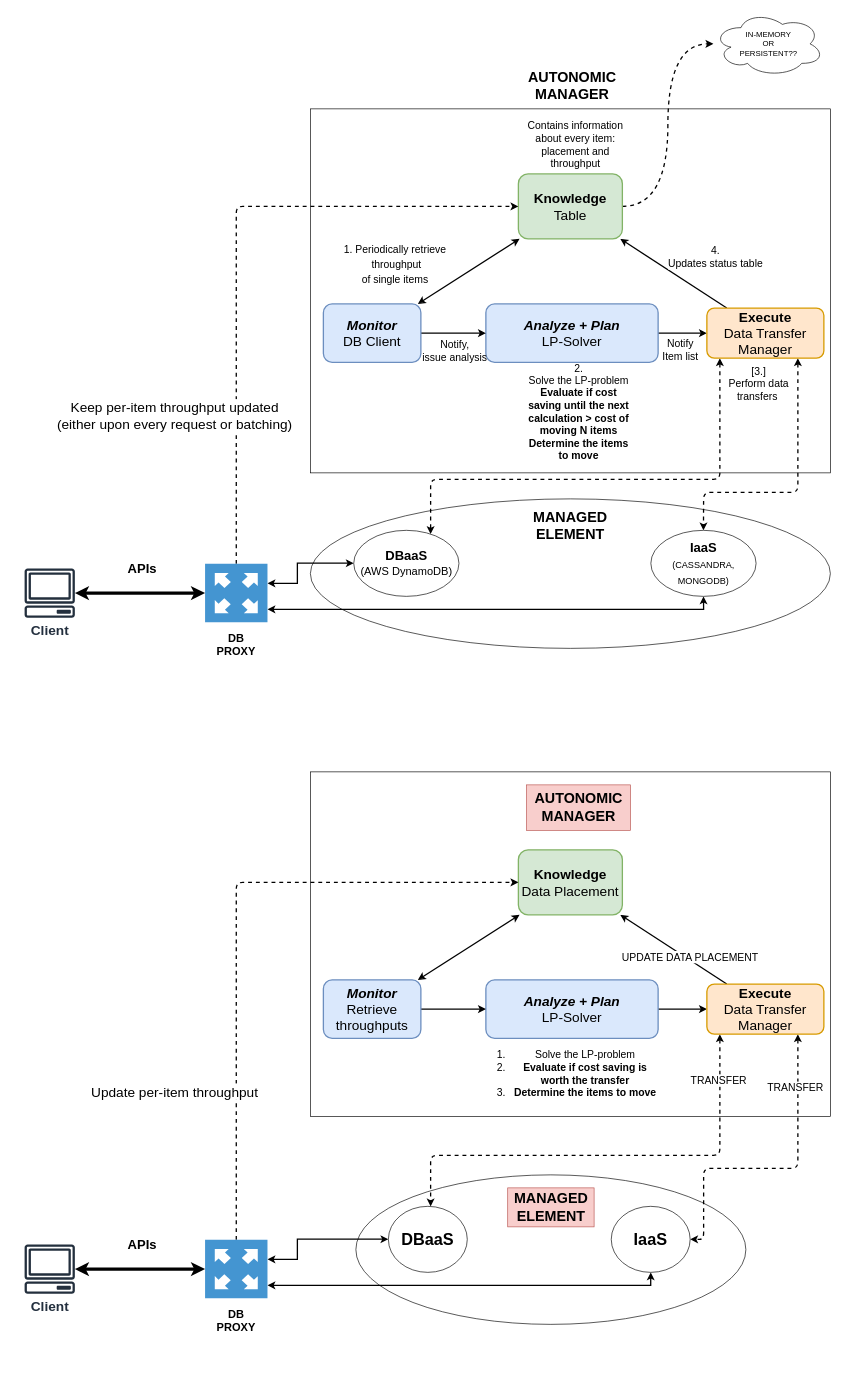
This is HybridOrchestrator.drawio from EnricoSteez/HybridDB, a draw.io file, before an edit. Source tidied: cells renumbered, new cells numbered last; positions are measured from the earlier drawing's top-left corner, leaving out a move shared by most shapes. Both pictures are drawn from the tidied source at 65%, with x=0, y=0 at pixel (24, 11).
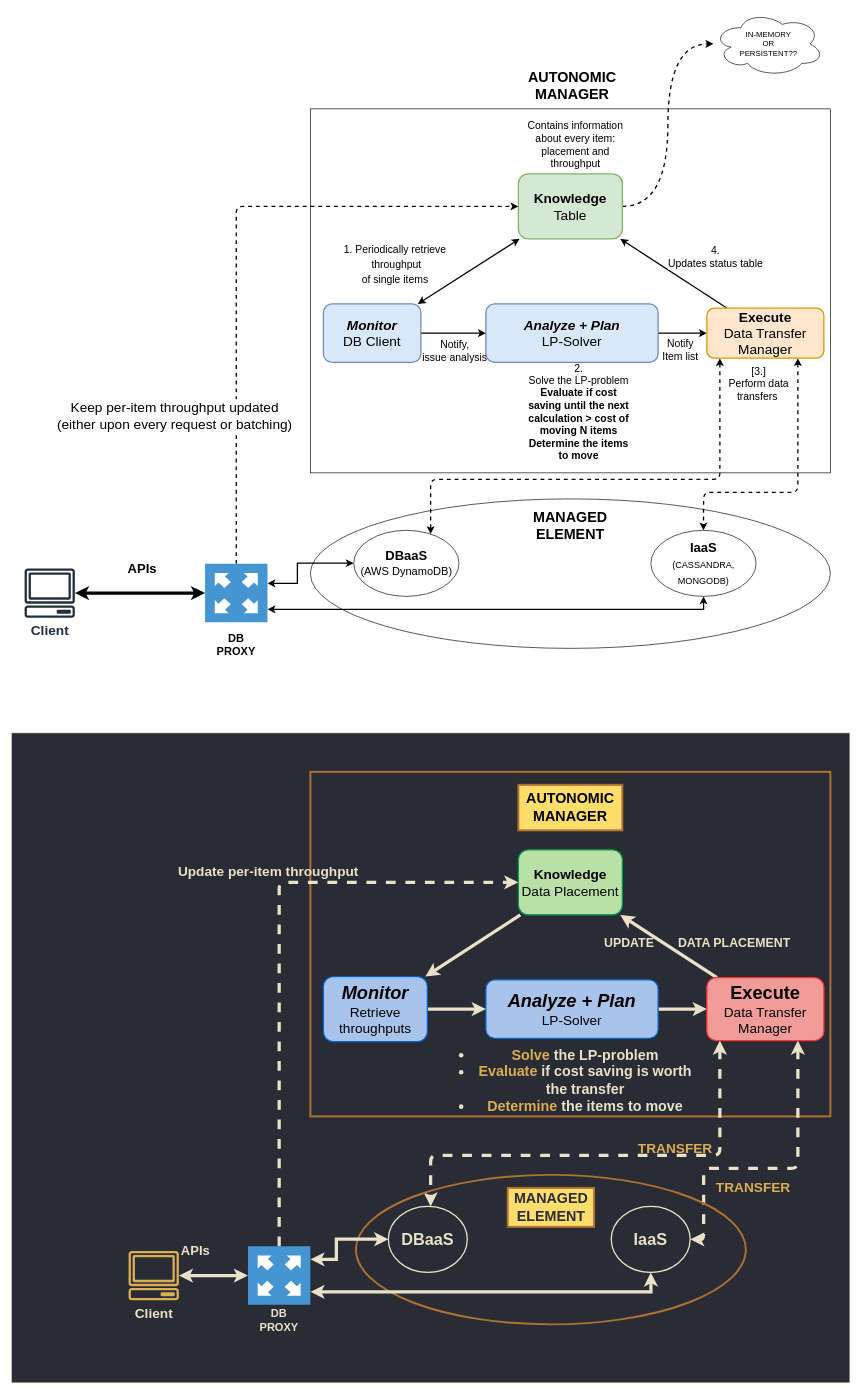
The same page after the edit.

Commit message (it also covers changes not shown here):
Debugged optimization problem

Change to the diagram source:
```diff
@@
+    <mxCell id="67" style="rounded=0;whiteSpace=wrap;html=1;fontColor=#E9E2C9;strokeColor=#E9E2C9;fillColor=#292c35;" parent="1" vertex="1">
+      <mxGeometry x="-20" y="1110" width="1290" height="1000" as="geometry" />
+    </mxCell>
@@
-    <mxCell id="37" style="rounded=0;whiteSpace=wrap;html=1;labelBackgroundColor=none;fontSize=16;fillColor=none;" parent="1" vertex="1">
+    <mxCell id="37" style="rounded=0;whiteSpace=wrap;html=1;labelBackgroundColor=none;fontSize=16;fillColor=none;fontColor=#e9e2c9;strokeColor=#AF7132;strokeWidth=3;" parent="1" vertex="1">
       <mxGeometry x="440" y="1170" width="800" height="530" as="geometry" />
     </mxCell>
-    <mxCell id="38" style="edgeStyle=orthogonalEdgeStyle;rounded=0;jettySize=auto;html=1;fontSize=16;strokeWidth=2;" parent="1" edge="1" source="39" target="47">
+    <mxCell id="38" style="edgeStyle=orthogonalEdgeStyle;rounded=0;jettySize=auto;html=1;fontSize=16;strokeWidth=5;fontColor=#e9e2c9;strokeColor=#e9e2c9;" parent="1" edge="1" source="39" target="47">
       <mxGeometry x="0.14" y="-118" relative="1" as="geometry" />
     </mxCell>
-    <mxCell id="39" value="&lt;i style=&quot;font-size: 21px;&quot;&gt;&lt;b style=&quot;font-size: 21px;&quot;&gt;Analyze + Plan&lt;/b&gt;&lt;/i&gt;&lt;br style=&quot;font-size: 21px;&quot;&gt;LP-Solver" style="rounded=1;whiteSpace=wrap;html=1;fontSize=21;fillColor=#dae8fc;strokeColor=#6c8ebf;strokeWidth=2;" parent="1" vertex="1">
+    <mxCell id="39" value="&lt;font style=&quot;font-size: 28px&quot;&gt;&lt;i&gt;&lt;b&gt;Analyze + Plan&lt;/b&gt;&lt;/i&gt;&lt;br&gt;&lt;/font&gt;LP-Solver" style="rounded=1;whiteSpace=wrap;html=1;fontSize=21;fillColor=#A9C4EB;strokeColor=#0066CC;strokeWidth=2;" parent="1" vertex="1">
       <mxGeometry x="710" y="1490" width="265" height="90" as="geometry" />
     </mxCell>
-    <mxCell id="40" value="&lt;ol&gt;&lt;li&gt;Solve the LP-problem&lt;/li&gt;&lt;li&gt;&lt;b&gt;Evaluate if cost saving is worth the transfer&lt;/b&gt;&lt;/li&gt;&lt;li&gt;&lt;b&gt;Determine the items to move&lt;/b&gt;&lt;/li&gt;&lt;/ol&gt;" style="text;html=1;strokeColor=none;fillColor=none;align=center;verticalAlign=middle;whiteSpace=wrap;rounded=0;fontSize=16;" parent="1" vertex="1">
-      <mxGeometry x="703.8" y="1590" width="277.5" height="88" as="geometry" />
+    <mxCell id="40" value="&lt;ul&gt;&lt;li&gt;&lt;b&gt;&lt;font color=&quot;#dcae52&quot;&gt;Solve&lt;/font&gt; the LP-problem&lt;br&gt;&lt;/b&gt;&lt;/li&gt;&lt;li&gt;&lt;b&gt;&lt;font color=&quot;#dcae52&quot;&gt;Evaluate&lt;/font&gt; if cost saving is worth the transfer&lt;/b&gt;&lt;br&gt;&lt;/li&gt;&lt;li&gt;&lt;b&gt;&lt;font color=&quot;#dcae52&quot;&gt;Determine&lt;/font&gt; the items to move&lt;/b&gt;&lt;br&gt;&lt;/li&gt;&lt;/ul&gt;" style="text;html=1;strokeColor=none;fillColor=none;align=center;verticalAlign=middle;whiteSpace=wrap;rounded=0;fontSize=22;fontColor=#e9e2c9;" parent="1" vertex="1">
+      <mxGeometry x="647.5" y="1590" width="390" height="110" as="geometry" />
     </mxCell>
-    <mxCell id="41" style="edgeStyle=orthogonalEdgeStyle;rounded=1;jettySize=auto;html=1;fontSize=16;strokeWidth=2;dashed=1;startArrow=classic;startFill=1;" parent="1" edge="1" source="47" target="53">
+    <mxCell id="41" style="edgeStyle=orthogonalEdgeStyle;rounded=1;jettySize=auto;html=1;fontSize=16;strokeWidth=5;dashed=1;startArrow=classic;startFill=1;fontColor=#e9e2c9;strokeColor=#e9e2c9;" parent="1" edge="1" source="47" target="53">
       <mxGeometry relative="1" as="geometry">
         <Array as="points">
           <mxPoint x="1190" y="1780" />
           <mxPoint x="1045" y="1780" />
         </Array>
       </mxGeometry>
     </mxCell>
-    <mxCell id="42" value="TRANSFER" style="edgeLabel;html=1;align=center;verticalAlign=middle;fontSize=16;" parent="41" vertex="1">
+    <mxCell id="42" value="TRANSFER" style="edgeLabel;html=1;align=center;verticalAlign=middle;fontSize=21;fontColor=#DCAE52;labelBackgroundColor=none;fontStyle=1;" parent="41" vertex="1">
       <mxGeometry x="-0.66" y="-1" relative="1" as="geometry">
-        <mxPoint x="-4" as="offset" />
+        <mxPoint x="-69" y="145" as="offset" />
       </mxGeometry>
     </mxCell>
-    <mxCell id="43" style="edgeStyle=orthogonalEdgeStyle;rounded=1;jettySize=auto;html=1;fontSize=16;strokeWidth=2;dashed=1;startArrow=classic;startFill=1;" parent="1" edge="1" source="47" target="52">
+    <mxCell id="43" style="edgeStyle=orthogonalEdgeStyle;rounded=1;jettySize=auto;html=1;fontSize=16;strokeWidth=5;dashed=1;startArrow=classic;startFill=1;fontColor=#e9e2c9;strokeColor=#e9e2c9;" parent="1" edge="1" source="47" target="52">
       <mxGeometry relative="1" as="geometry">
         <Array as="points">
           <mxPoint x="1070" y="1760" />
           <mxPoint x="625" y="1760" />
         </Array>
       </mxGeometry>
     </mxCell>
-    <mxCell id="44" value="TRANSFER" style="edgeLabel;html=1;align=center;verticalAlign=middle;fontSize=16;" parent="43" vertex="1">
-      <mxGeometry x="-0.8" y="-3" relative="1" as="geometry" />
+    <mxCell id="44" value="TRANSFER" style="edgeLabel;html=1;align=center;verticalAlign=middle;fontSize=21;fontColor=#DCAE52;labelBackgroundColor=none;fontStyle=1;" parent="43" vertex="1">
+      <mxGeometry x="-0.8" y="-3" relative="1" as="geometry">
+        <mxPoint x="-67" y="95" as="offset" />
+      </mxGeometry>
     </mxCell>
-    <mxCell id="45" style="rounded=0;jettySize=auto;html=1;fontSize=16;strokeWidth=2;" parent="1" edge="1" source="47" target="48">
+    <mxCell id="45" style="rounded=0;jettySize=auto;html=1;fontSize=16;strokeWidth=5;fontColor=#e9e2c9;strokeColor=#e9e2c9;" parent="1" edge="1" source="47" target="48">
       <mxGeometry relative="1" as="geometry" />
     </mxCell>
-    <mxCell id="46" value="UPDATE DATA PLACEMENT" style="edgeLabel;html=1;align=center;verticalAlign=middle;fontSize=16;" parent="45" vertex="1">
+    <mxCell id="46" value="UPDATE &amp;nbsp; &amp;nbsp; &amp;nbsp; DATA PLACEMENT" style="edgeLabel;html=1;align=center;verticalAlign=middle;fontSize=19;labelBackgroundColor=none;fontColor=#E9E2C9;fontStyle=1;" parent="45" vertex="1">
       <mxGeometry x="-0.28" y="-5" relative="1" as="geometry">
-        <mxPoint x="-1" as="offset" />
+        <mxPoint x="20" y="-14" as="offset" />
       </mxGeometry>
     </mxCell>
-    <mxCell id="47" value="Execute&lt;br style=&quot;font-size: 21px;&quot;&gt;&lt;span style=&quot;font-weight: normal; font-size: 21px;&quot;&gt;Data Transfer Manager&lt;/span&gt;" style="rounded=1;whiteSpace=wrap;html=1;fontSize=21;fillColor=#ffe6cc;strokeColor=#d79b00;fontStyle=1;strokeWidth=2;" parent="1" vertex="1">
-      <mxGeometry x="1050" y="1496.4" width="180" height="77.2" as="geometry" />
+    <mxCell id="47" value="&lt;font style=&quot;font-size: 28px&quot;&gt;Execute&lt;/font&gt;&lt;br style=&quot;font-size: 21px&quot;&gt;&lt;span style=&quot;font-weight: normal ; font-size: 21px&quot;&gt;Data Transfer Manager&lt;/span&gt;" style="rounded=1;whiteSpace=wrap;html=1;fontSize=21;fillColor=#F19C99;strokeColor=#FF3333;fontStyle=1;strokeWidth=2;" parent="1" vertex="1">
+      <mxGeometry x="1050" y="1486.6" width="180" height="96.8" as="geometry" />
     </mxCell>
-    <mxCell id="48" value="Knowledge&lt;br&gt;&lt;span style=&quot;font-weight: normal&quot;&gt;Data Placement&lt;/span&gt;" style="rounded=1;whiteSpace=wrap;html=1;fontSize=21;fillColor=#d5e8d4;strokeColor=#82b366;fontStyle=1;strokeWidth=2;" parent="1" vertex="1">
+    <mxCell id="48" value="Knowledge&lt;br&gt;&lt;span style=&quot;font-weight: normal&quot;&gt;Data Placement&lt;/span&gt;" style="rounded=1;whiteSpace=wrap;html=1;fontSize=21;fillColor=#B9E0A5;strokeColor=#00994D;fontStyle=1;strokeWidth=2;" parent="1" vertex="1">
       <mxGeometry x="760" y="1290" width="160" height="100" as="geometry" />
     </mxCell>
-    <mxCell id="49" style="endArrow=classic;startArrow=classic;html=1;rounded=0;strokeWidth=2;" parent="1" edge="1" source="48" target="63">
+    <mxCell id="49" style="endArrow=classic;startArrow=none;html=1;rounded=0;strokeWidth=5;fontColor=#e9e2c9;strokeColor=#e9e2c9;startFill=0;" parent="1" edge="1" source="48" target="63">
       <mxGeometry relative="1" as="geometry" />
     </mxCell>
-    <mxCell id="50" style="group;" parent="1" vertex="1">
+    <mxCell id="50" style="group;fontColor=#e9e2c9;strokeColor=none;" parent="1" vertex="1">
       <mxGeometry x="510" y="1790" width="600" height="230" as="geometry" />
     </mxCell>
-    <mxCell id="51" style="ellipse;whiteSpace=wrap;html=1;fillColor=none;" parent="50" vertex="1">
+    <mxCell id="51" style="ellipse;whiteSpace=wrap;html=1;fillColor=none;strokeColor=#af7132;strokeWidth=3;" parent="50" vertex="1">
       <mxGeometry width="600" height="230" as="geometry" />
     </mxCell>
-    <mxCell id="52" value="DBaaS" style="ellipse;whiteSpace=wrap;html=1;fontSize=25;fontStyle=1;" parent="50" vertex="1">
+    <mxCell id="52" value="DBaaS" style="ellipse;whiteSpace=wrap;html=1;fontSize=25;fontStyle=1;strokeColor=#E9E2C9;fontColor=#E9E2C9;fillColor=none;strokeWidth=2;" parent="50" vertex="1">
       <mxGeometry x="50" y="48.4" width="121.4" height="101.6" as="geometry" />
     </mxCell>
-    <mxCell id="53" value="IaaS" style="ellipse;whiteSpace=wrap;html=1;fontSize=25;fontStyle=1;" parent="50" vertex="1">
+    <mxCell id="53" value="IaaS" style="ellipse;whiteSpace=wrap;html=1;fontSize=25;fontStyle=1;fontColor=#E9E2C9;strokeColor=#E9E2C9;fillColor=none;strokeWidth=2;" parent="50" vertex="1">
       <mxGeometry x="392.9" y="48.4" width="121.4" height="101.6" as="geometry" />
     </mxCell>
-    <mxCell id="54" value="MANAGED ELEMENT" style="text;html=1;strokeColor=#b85450;fillColor=#f8cecc;align=center;verticalAlign=middle;whiteSpace=wrap;rounded=0;fontStyle=1;fontSize=22;" parent="50" vertex="1">
+    <mxCell id="54" value="&lt;font color=&quot;#292c35&quot;&gt;MANAGED ELEMENT&lt;/font&gt;" style="text;html=1;strokeColor=#AF7132;fillColor=#FFDD6B;align=center;verticalAlign=middle;whiteSpace=wrap;rounded=0;fontStyle=1;fontSize=22;strokeWidth=3;" parent="50" vertex="1">
       <mxGeometry x="233.6" y="20" width="132.9" height="60" as="geometry" />
     </mxCell>
-    <mxCell id="55" value="AUTONOMIC MANAGER" style="text;html=1;strokeColor=#b85450;fillColor=#f8cecc;align=center;verticalAlign=middle;whiteSpace=wrap;rounded=0;fontStyle=1;fontSize=22;" parent="1" vertex="1">
-      <mxGeometry x="772.5" y="1190" width="160" height="70" as="geometry" />
+    <mxCell id="55" value="AUTONOMIC MANAGER" style="text;html=1;strokeColor=#AF7132;fillColor=#FFDD6B;align=center;verticalAlign=middle;whiteSpace=wrap;rounded=0;fontStyle=1;fontSize=22;strokeWidth=3;" parent="1" vertex="1">
+      <mxGeometry x="760" y="1190" width="160" height="70" as="geometry" />
     </mxCell>
-    <mxCell id="56" style="edgeStyle=orthogonalEdgeStyle;rounded=0;jettySize=auto;html=1;fontSize=17;strokeWidth=2;startArrow=classic;startFill=1;" parent="1" edge="1" source="60" target="52">
+    <mxCell id="56" style="edgeStyle=orthogonalEdgeStyle;rounded=0;jettySize=auto;html=1;fontSize=17;strokeWidth=5;startArrow=classic;startFill=1;fontColor=#e9e2c9;strokeColor=#e9e2c9;" parent="1" edge="1" source="60" target="52">
       <mxGeometry relative="1" as="geometry">
         <Array as="points">
-          <mxPoint x="420" y="1920" />
-          <mxPoint x="420" y="1889" />
+          <mxPoint x="480" y="1920" />
+          <mxPoint x="480" y="1889" />
         </Array>
       </mxGeometry>
     </mxCell>
-    <mxCell id="57" style="edgeStyle=none;rounded=1;jettySize=auto;html=1;dashed=1;fontSize=20;startArrow=none;startFill=0;strokeWidth=2;" parent="1" edge="1" source="60" target="48">
+    <mxCell id="57" style="edgeStyle=none;rounded=1;jettySize=auto;html=1;dashed=1;fontSize=20;startArrow=none;startFill=0;strokeWidth=5;fontColor=#e9e2c9;strokeColor=#e9e2c9;" parent="1" edge="1" source="60" target="48">
       <mxGeometry relative="1" as="geometry">
         <Array as="points">
-          <mxPoint x="326" y="1340" />
+          <mxPoint x="392" y="1340" />
         </Array>
       </mxGeometry>
     </mxCell>
-    <mxCell id="58" value="Update per-item throughput" style="edgeLabel;html=1;align=center;verticalAlign=middle;fontSize=21;" parent="57" vertex="1">
+    <mxCell id="58" value="Update per-item throughput" style="edgeLabel;html=1;align=center;verticalAlign=middle;fontSize=21;fontColor=#E9E2C9;labelBackgroundColor=none;fontStyle=1;" parent="57" vertex="1">
       <mxGeometry x="-0.56" y="-3" relative="1" as="geometry">
-        <mxPoint x="-99" y="-13" as="offset" />
+        <mxPoint x="-21" y="-375" as="offset" />
       </mxGeometry>
     </mxCell>
-    <mxCell id="59" style="edgeStyle=orthogonalEdgeStyle;rounded=0;jettySize=auto;html=1;startArrow=classic;startFill=1;strokeWidth=2;" parent="1" edge="1" source="60" target="53">
+    <mxCell id="59" style="edgeStyle=orthogonalEdgeStyle;rounded=0;jettySize=auto;html=1;startArrow=classic;startFill=1;strokeWidth=5;fontColor=#e9e2c9;strokeColor=#e9e2c9;" parent="1" edge="1" source="60" target="53">
       <mxGeometry relative="1" as="geometry">
         <Array as="points">
-          <mxPoint x="326" y="1960" />
-          <mxPoint x="1045" y="1960" />
+          <mxPoint x="964" y="1970" />
         </Array>
       </mxGeometry>
     </mxCell>
     <mxCell id="60" style="shadow=0;dashed=0;html=1;strokeColor=none;fillColor=#4495D1;labelPosition=center;verticalLabelPosition=bottom;verticalAlign=top;align=center;outlineConnect=0;shape=mxgraph.veeam.2d.proxy_appliance;fontSize=17;" parent="1" vertex="1">
-      <mxGeometry x="278" y="1890" width="96" height="90" as="geometry" />
+      <mxGeometry x="344" y="1900" width="96" height="90" as="geometry" />
     </mxCell>
-    <mxCell id="61" value="DB PROXY" style="text;html=1;strokeColor=none;fillColor=none;align=center;verticalAlign=middle;whiteSpace=wrap;rounded=0;shadow=1;fontSize=17;fontStyle=1;" parent="1" vertex="1">
-      <mxGeometry x="296" y="2000" width="60" height="30" as="geometry" />
+    <mxCell id="61" value="DB PROXY" style="text;html=1;strokeColor=none;fillColor=none;align=center;verticalAlign=middle;whiteSpace=wrap;rounded=0;shadow=1;fontSize=17;fontStyle=1;fontColor=#e9e2c9;" parent="1" vertex="1">
+      <mxGeometry x="362" y="1999" width="60" height="30" as="geometry" />
     </mxCell>
-    <mxCell id="62" style="edgeStyle=orthogonalEdgeStyle;rounded=0;jettySize=auto;html=1;fontSize=16;strokeWidth=2;" parent="1" edge="1" source="63" target="39">
+    <mxCell id="62" style="edgeStyle=orthogonalEdgeStyle;rounded=0;jettySize=auto;html=1;fontSize=16;strokeWidth=5;fontColor=#e9e2c9;strokeColor=#e9e2c9;" parent="1" edge="1" source="63" target="39">
       <mxGeometry relative="1" as="geometry" />
     </mxCell>
-    <mxCell id="63" value="&lt;i style=&quot;font-size: 21px&quot;&gt;&lt;b style=&quot;font-size: 21px&quot;&gt;Monitor&lt;/b&gt;&lt;/i&gt;&lt;br style=&quot;font-size: 21px&quot;&gt;Retrieve throughputs" style="rounded=1;whiteSpace=wrap;html=1;fontSize=21;fillColor=#dae8fc;strokeColor=#6c8ebf;strokeWidth=2;" parent="1" vertex="1">
-      <mxGeometry x="460" y="1490" width="150" height="90" as="geometry" />
+    <mxCell id="63" value="&lt;i&gt;&lt;b&gt;&lt;font style=&quot;font-size: 28px&quot;&gt;Monitor&lt;/font&gt;&lt;/b&gt;&lt;/i&gt;&lt;br style=&quot;font-size: 21px&quot;&gt;Retrieve throughputs" style="rounded=1;whiteSpace=wrap;html=1;fontSize=21;fillColor=#A9C4EB;strokeColor=#0066CC;strokeWidth=2;" parent="1" vertex="1">
+      <mxGeometry x="460" y="1485" width="160" height="100" as="geometry" />
     </mxCell>
-    <mxCell id="64" style="endArrow=classic;startArrow=classic;html=1;rounded=0;startFill=1;strokeWidth=5;" parent="1" edge="1" source="66" target="60">
+    <mxCell id="64" style="endArrow=classic;startArrow=classic;html=1;rounded=0;startFill=1;strokeWidth=5;fontColor=#e9e2c9;strokeColor=#e9e2c9;" parent="1" edge="1" source="66" target="60">
       <mxGeometry relative="1" as="geometry" />
     </mxCell>
-    <mxCell id="65" value="APIs" style="edgeLabel;html=1;align=center;verticalAlign=middle;fontSize=20;fontStyle=1;" parent="64" vertex="1">
+    <mxCell id="65" value="APIs" style="edgeLabel;html=1;align=center;verticalAlign=middle;fontSize=20;fontStyle=1;fontColor=#e9e2c9;strokeColor=#e9e2c9;labelBackgroundColor=none;" parent="64" vertex="1">
       <mxGeometry x="0.67" y="5" relative="1" as="geometry">
         <mxPoint x="-64" y="-35" as="offset" />
       </mxGeometry>
     </mxCell>
-    <mxCell id="66" value="&lt;b&gt;&lt;font style=&quot;font-size: 21px&quot;&gt;Client&lt;/font&gt;&lt;/b&gt;" style="sketch=0;outlineConnect=0;fontColor=#232F3E;gradientColor=none;fillColor=#232F3D;strokeColor=none;dashed=0;verticalLabelPosition=bottom;verticalAlign=top;align=center;html=1;fontSize=12;fontStyle=0;shape=mxgraph.aws4.client;" parent="1" vertex="1">
-      <mxGeometry y="1897" width="78" height="76" as="geometry" />
+    <mxCell id="66" value="&lt;b&gt;&lt;font style=&quot;font-size: 21px&quot; color=&quot;#e9e2c9&quot;&gt;Client&lt;/font&gt;&lt;/b&gt;" style="sketch=0;outlineConnect=0;fontColor=#232F3E;gradientColor=none;fillColor=#dcae52;strokeColor=none;dashed=0;verticalLabelPosition=bottom;verticalAlign=top;align=center;html=1;fontSize=12;fontStyle=0;shape=mxgraph.aws4.client;" parent="1" vertex="1">
+      <mxGeometry x="160" y="1907" width="78" height="76" as="geometry" />
     </mxCell>
```
